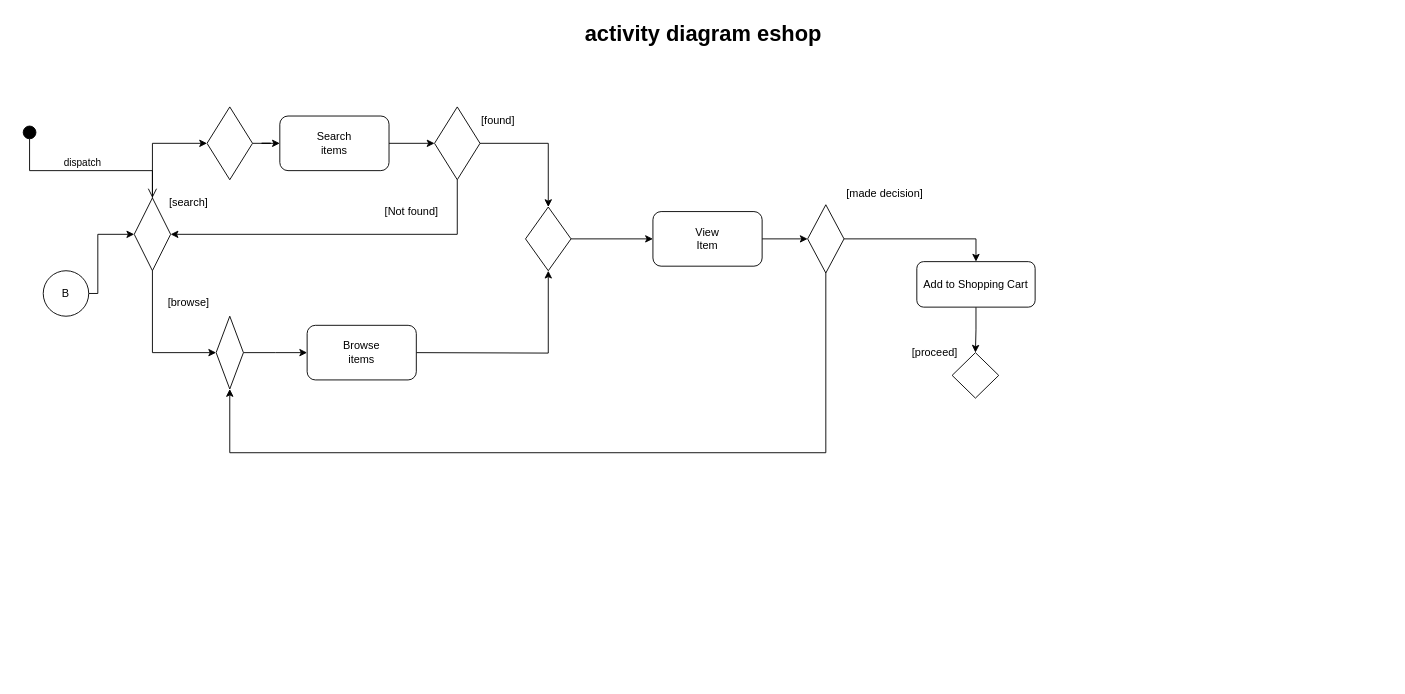
This is Activity Diagram.drawio from Arxonus/Programms, a draw.io file, before an edit. Source tidied: cells renumbered, new cells numbered last; positions are measured from the earlier drawing's top-left corner, leaving out a move shared by most shapes. Both pictures are drawn from the tidied source at 91%, with x=0, y=0 at pixel (15, 15).
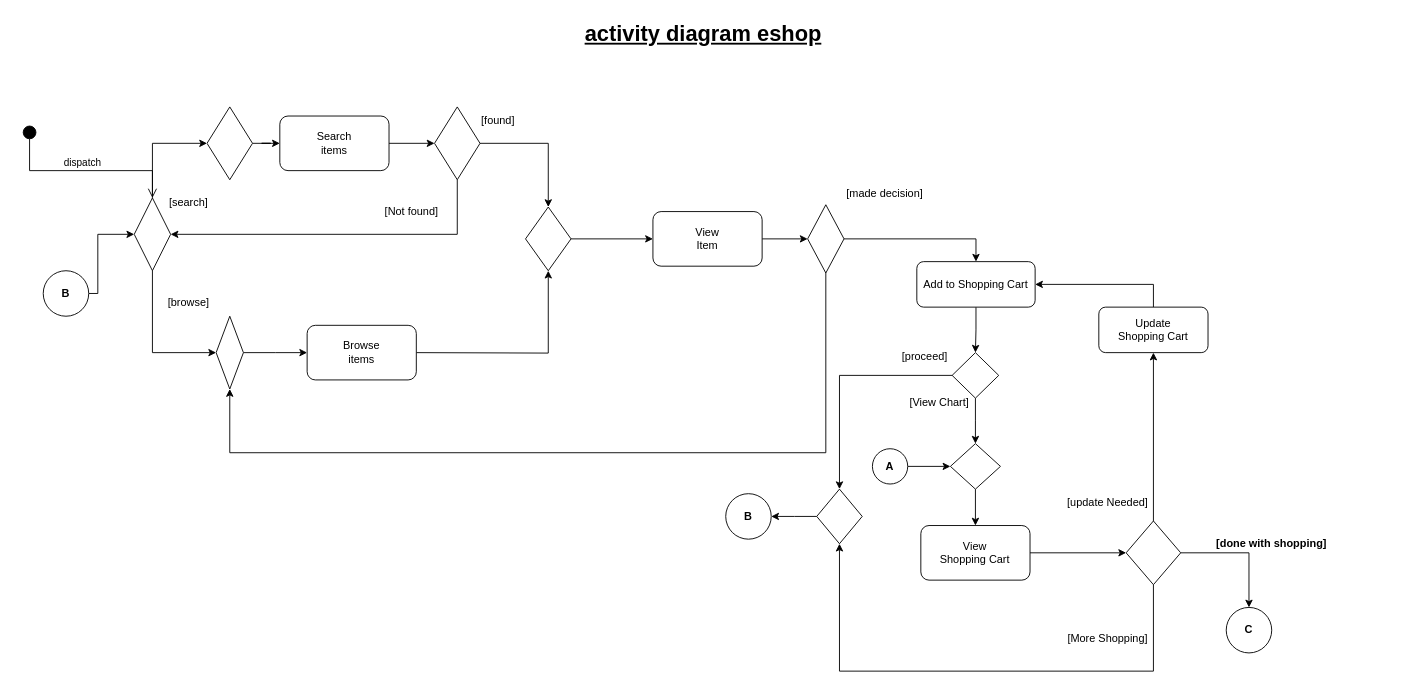
Above is the later version.

The change refers to these unchanged cells:
```xml
<mxCell id="34" value="Add to Shopping Cart" style="rounded=1;whiteSpace=wrap;html=1;" parent="1" vertex="1">
  <mxGeometry x="990" y="270" width="130" height="50" as="geometry" />
</mxCell>
<mxCell id="35" style="rhombus;whiteSpace=wrap;html=1;" parent="1" vertex="1">
  <mxGeometry x="1028.8" y="370" width="51.2" height="50" as="geometry" />
</mxCell>
```

What changed in the source:
```diff
@@
-    <mxCell id="2" value="activity diagram eshop" style="text;strokeColor=none;fillColor=none;html=1;fontSize=24;fontStyle=1;verticalAlign=middle;align=center;" parent="1" vertex="1">
+    <mxCell id="2" value="&lt;u style=&quot;&quot;&gt;activity diagram eshop&lt;/u&gt;" style="text;strokeColor=none;fillColor=none;html=1;fontSize=24;fontStyle=1;verticalAlign=middle;align=center;" parent="1" vertex="1">
       <mxGeometry width="1510" height="40" as="geometry" />
     </mxCell>
@@
-    <mxCell id="7" value="B" style="ellipse;whiteSpace=wrap;html=1;" parent="1" vertex="1">
+    <mxCell id="7" value="&lt;b&gt;B&lt;/b&gt;" style="ellipse;whiteSpace=wrap;html=1;" parent="1" vertex="1">
       <mxGeometry x="30" y="280" width="50" height="50" as="geometry" />
     </mxCell>
@@
+    <mxCell id="37" style="edgeStyle=orthogonalEdgeStyle;rounded=0;jettySize=auto;html=1;entryX=0.5;entryY=0;entryDx=0;entryDy=0;" parent="1" edge="1" source="35" target="40">
+      <mxGeometry relative="1" as="geometry" />
+    </mxCell>
+    <mxCell id="38" style="edgeStyle=orthogonalEdgeStyle;rounded=0;jettySize=auto;html=1;" parent="1" edge="1" source="35" target="48">
+      <mxGeometry relative="1" as="geometry">
+        <Array as="points">
+          <mxPoint x="905" y="395" />
+        </Array>
+      </mxGeometry>
+    </mxCell>
@@
     <mxCell id="36" value="[proceed]" style="text;html=1;strokeColor=none;fillColor=none;align=center;verticalAlign=middle;whiteSpace=wrap;rounded=0;" parent="1" vertex="1">
-      <mxGeometry x="980" y="355" width="60" height="30" as="geometry" />
+      <mxGeometry x="968.8" y="360" width="60" height="30" as="geometry" />
     </mxCell>
+    <mxCell id="39" style="edgeStyle=orthogonalEdgeStyle;rounded=0;jettySize=auto;html=1;entryX=0.5;entryY=0;entryDx=0;entryDy=0;" parent="1" edge="1" source="40" target="44">
+      <mxGeometry relative="1" as="geometry" />
+    </mxCell>
+    <mxCell id="40" style="rhombus;whiteSpace=wrap;html=1;" parent="1" vertex="1">
+      <mxGeometry x="1026.9" y="470" width="55" height="50" as="geometry" />
+    </mxCell>
+    <mxCell id="41" style="edgeStyle=orthogonalEdgeStyle;rounded=0;jettySize=auto;html=1;entryX=0;entryY=0.5;entryDx=0;entryDy=0;" parent="1" edge="1" source="42" target="40">
+      <mxGeometry relative="1" as="geometry" />
+    </mxCell>
+    <mxCell id="42" value="&lt;b&gt;A&lt;/b&gt;" style="ellipse;whiteSpace=wrap;html=1;" parent="1" vertex="1">
+      <mxGeometry x="941.2" y="475.6" width="38.8" height="38.8" as="geometry" />
+    </mxCell>
+    <mxCell id="43" style="edgeStyle=orthogonalEdgeStyle;rounded=0;jettySize=auto;html=1;entryX=0;entryY=0.5;entryDx=0;entryDy=0;" parent="1" edge="1" source="44" target="52">
+      <mxGeometry relative="1" as="geometry" />
+    </mxCell>
+    <mxCell id="44" value="View&lt;br&gt;Shopping Cart" style="rounded=1;whiteSpace=wrap;html=1;" parent="1" vertex="1">
+      <mxGeometry x="994.4" y="560" width="120" height="60" as="geometry" />
+    </mxCell>
+    <mxCell id="45" style="edgeStyle=orthogonalEdgeStyle;rounded=0;jettySize=auto;html=1;entryX=1;entryY=0.5;entryDx=0;entryDy=0;" parent="1" edge="1" source="46" target="34">
+      <mxGeometry relative="1" as="geometry">
+        <Array as="points">
+          <mxPoint x="1250" y="295" />
+        </Array>
+      </mxGeometry>
+    </mxCell>
+    <mxCell id="46" value="Update&lt;br&gt;Shopping Cart" style="rounded=1;whiteSpace=wrap;html=1;" parent="1" vertex="1">
+      <mxGeometry x="1190" y="320" width="120" height="50" as="geometry" />
+    </mxCell>
+    <mxCell id="47" style="edgeStyle=orthogonalEdgeStyle;rounded=0;jettySize=auto;html=1;" parent="1" edge="1" source="48">
+      <mxGeometry relative="1" as="geometry">
+        <mxPoint x="830" y="550" as="targetPoint" />
+      </mxGeometry>
+    </mxCell>
+    <mxCell id="48" style="rhombus;whiteSpace=wrap;html=1;" parent="1" vertex="1">
+      <mxGeometry x="880" y="520" width="50" height="60" as="geometry" />
+    </mxCell>
+    <mxCell id="49" style="edgeStyle=orthogonalEdgeStyle;rounded=0;jettySize=auto;html=1;entryX=0.5;entryY=1;entryDx=0;entryDy=0;" parent="1" edge="1" source="52" target="46">
+      <mxGeometry relative="1" as="geometry" />
+    </mxCell>
+    <mxCell id="50" style="edgeStyle=orthogonalEdgeStyle;rounded=0;jettySize=auto;html=1;entryX=0.5;entryY=0;entryDx=0;entryDy=0;" parent="1" edge="1" source="52" target="53">
+      <mxGeometry relative="1" as="geometry" />
+    </mxCell>
+    <mxCell id="51" style="edgeStyle=orthogonalEdgeStyle;rounded=0;jettySize=auto;html=1;exitX=0.5;exitY=1;exitDx=0;exitDy=0;entryX=0.5;entryY=1;entryDx=0;entryDy=0;" parent="1" edge="1" source="52" target="48">
+      <mxGeometry relative="1" as="geometry">
+        <Array as="points">
+          <mxPoint x="1250" y="720" />
+          <mxPoint x="905" y="720" />
+        </Array>
+      </mxGeometry>
+    </mxCell>
+    <mxCell id="52" style="rhombus;whiteSpace=wrap;html=1;" parent="1" vertex="1">
+      <mxGeometry x="1220" y="555" width="60" height="70" as="geometry" />
+    </mxCell>
+    <mxCell id="53" value="&lt;b&gt;C&lt;/b&gt;" style="ellipse;whiteSpace=wrap;html=1;" parent="1" vertex="1">
+      <mxGeometry x="1330" y="650" width="50" height="50" as="geometry" />
+    </mxCell>
+    <mxCell id="54" value="[update Needed]" style="text;html=1;strokeColor=none;fillColor=none;align=center;verticalAlign=middle;whiteSpace=wrap;rounded=0;" parent="1" vertex="1">
+      <mxGeometry x="1150" y="520" width="100" height="30" as="geometry" />
+    </mxCell>
+    <mxCell id="55" value="[More Shopping]" style="text;html=1;strokeColor=none;fillColor=none;align=center;verticalAlign=middle;whiteSpace=wrap;rounded=0;" parent="1" vertex="1">
+      <mxGeometry x="1150" y="670" width="100" height="30" as="geometry" />
+    </mxCell>
+    <mxCell id="56" value="&lt;b&gt;[done with shopping]&lt;/b&gt;" style="text;html=1;strokeColor=none;fillColor=none;align=center;verticalAlign=middle;whiteSpace=wrap;rounded=0;" parent="1" vertex="1">
+      <mxGeometry x="1310" y="565" width="140" height="30" as="geometry" />
+    </mxCell>
+    <mxCell id="57" value="&lt;b&gt;B&lt;/b&gt;" style="ellipse;whiteSpace=wrap;html=1;" parent="1" vertex="1">
+      <mxGeometry x="780" y="525" width="50" height="50" as="geometry" />
+    </mxCell>
+    <mxCell id="58" value="[View Chart]" style="text;html=1;strokeColor=none;fillColor=none;align=center;verticalAlign=middle;whiteSpace=wrap;rounded=0;" parent="1" vertex="1">
+      <mxGeometry x="980" y="410" width="70" height="30" as="geometry" />
+    </mxCell>
```
